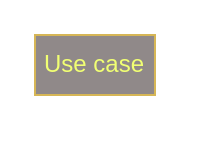
Above: page "NCKH-Phòng trọ" (4 of 4) of CMC/Nháp.drawio in tranthihuong-753/test (draw.io), before the change. Source tidied: cells renumbered, new cells numbered last; positions are measured from the earlier drawing's top-left corner, leaving out a move shared by most shapes. Both pictures are drawn from the tidied source at 200%, with x=0, y=0 at pixel (34, 34).
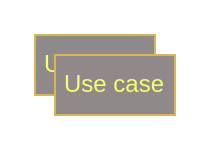
The same page after the edit.

Change to the diagram source:
```diff
@@
 <mxGraphModel>
   <root>
     <mxCell id="0" />
     <mxCell id="1" parent="0" />
     <mxCell id="2" value="Use case" style="text;html=1;align=center;verticalAlign=middle;whiteSpace=wrap;rounded=0;fillColor=light-dark(#908989, #281d00);strokeColor=#d6b656;fontColor=#F1FF73;" parent="1" vertex="1">
       <mxGeometry width="60" height="30" as="geometry" />
     </mxCell>
+    <mxCell id="3" value="Use case" style="text;html=1;align=center;verticalAlign=middle;whiteSpace=wrap;rounded=0;fillColor=light-dark(#908989, #281d00);strokeColor=#d6b656;fontColor=#F1FF73;" parent="1" vertex="1">
+      <mxGeometry x="10" y="10" width="60" height="30" as="geometry" />
+    </mxCell>
   </root>
 </mxGraphModel>
```
